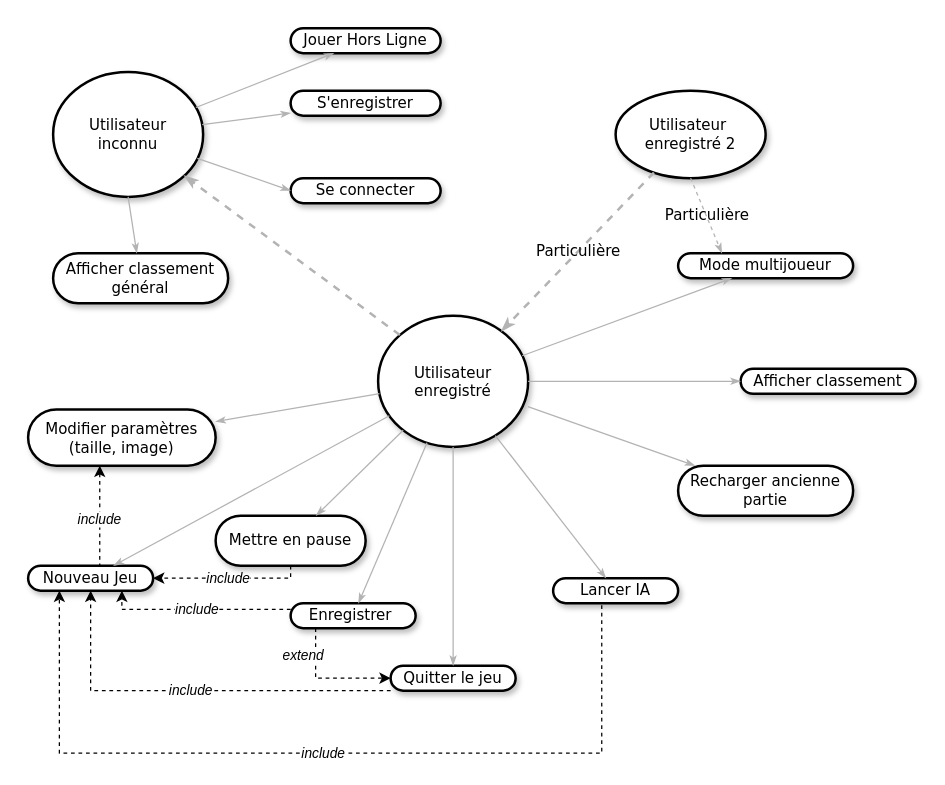
Above: TAQUIN_UML.drawio in phylozoff/Taquin_Project (draw.io), before the change. Source tidied: cells renumbered, new cells numbered last; positions are measured from the earlier drawing's top-left corner, leaving out a move shared by most shapes. Both pictures are drawn from the tidied source at 125%, with x=0, y=0 at pixel (28, 28).
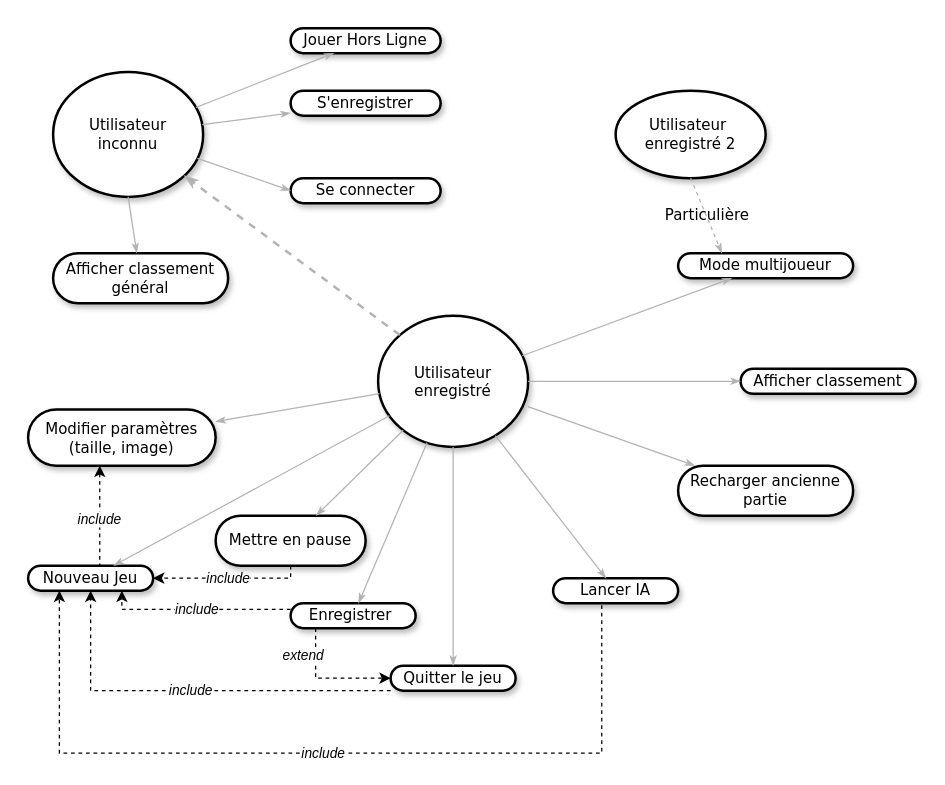
Above is the later version.

The change refers to these unchanged cells:
```xml
<mxCell id="4" value="&lt;span&gt;Utilisateur enregistré&lt;/span&gt;" style="ellipse;whiteSpace=wrap;html=1;rounded=1;shadow=1;comic=0;labelBackgroundColor=none;strokeWidth=2;fontFamily=Verdana;fontSize=12;align=center;" parent="1" vertex="1">
  <mxGeometry x="280" y="230" width="120" height="105" as="geometry" />
</mxCell>
<mxCell id="5" value="Utilisateur&amp;nbsp;&lt;br&gt;enregistré 2" style="ellipse;whiteSpace=wrap;html=1;rounded=1;shadow=1;comic=0;labelBackgroundColor=none;strokeWidth=2;fontFamily=Verdana;fontSize=12;align=center;" parent="1" vertex="1">
  <mxGeometry x="470" y="50" width="120" height="70" as="geometry" />
</mxCell>
```

Change to the diagram source:
```diff
@@
-    <mxCell id="20" value="Particulière" style="edgeStyle=none;rounded=1;html=1;labelBackgroundColor=none;startArrow=none;startFill=0;startSize=5;endArrow=classicThin;endFill=1;endSize=5;jettySize=auto;strokeColor=#B3B3B3;strokeWidth=2;fontFamily=Verdana;fontSize=12;dashed=1;" parent="1" edge="1" source="5" target="4">
-      <mxGeometry relative="1" as="geometry" />
-    </mxCell>
```
